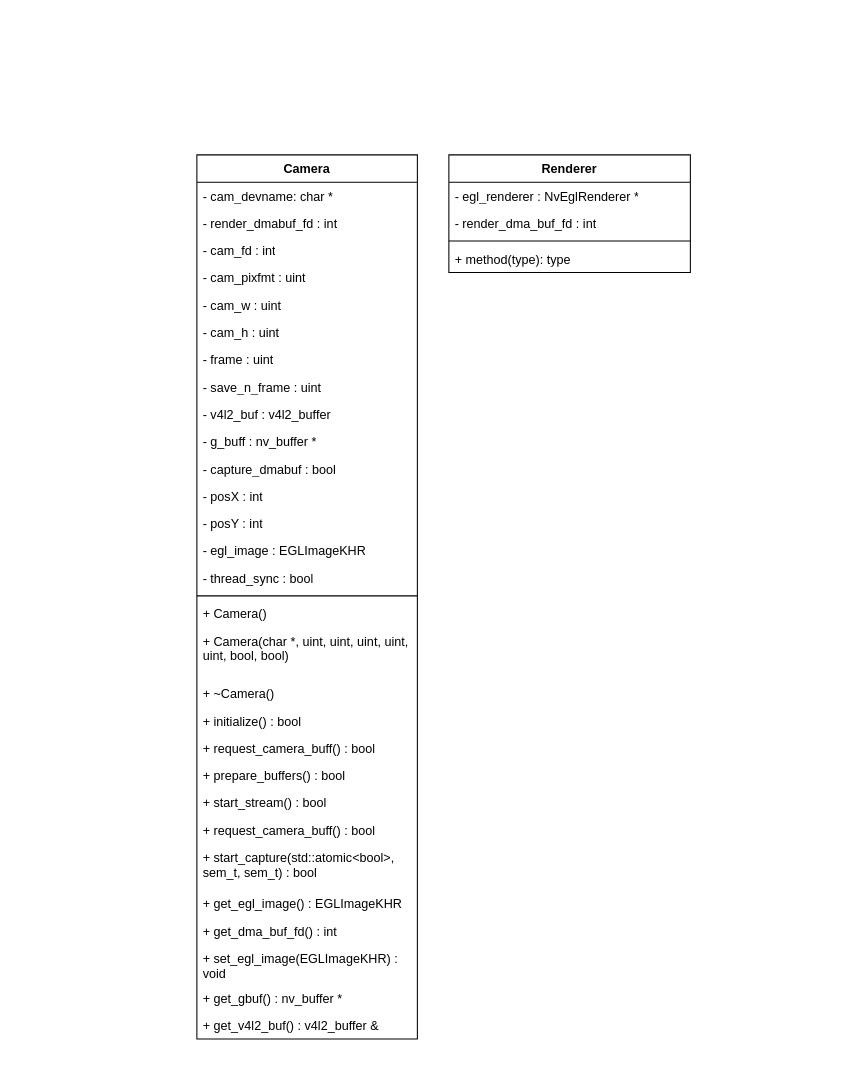
Earlier version of the draw.io diagram TVCO.drawio (hugodlrll/TVCO3_UML). Source tidied: cells renumbered, new cells numbered last; positions are measured from the earlier drawing's top-left corner, leaving out a move shared by most shapes. Both pictures are drawn from the tidied source at 105%, with x=0, y=0 at pixel (196, 154).
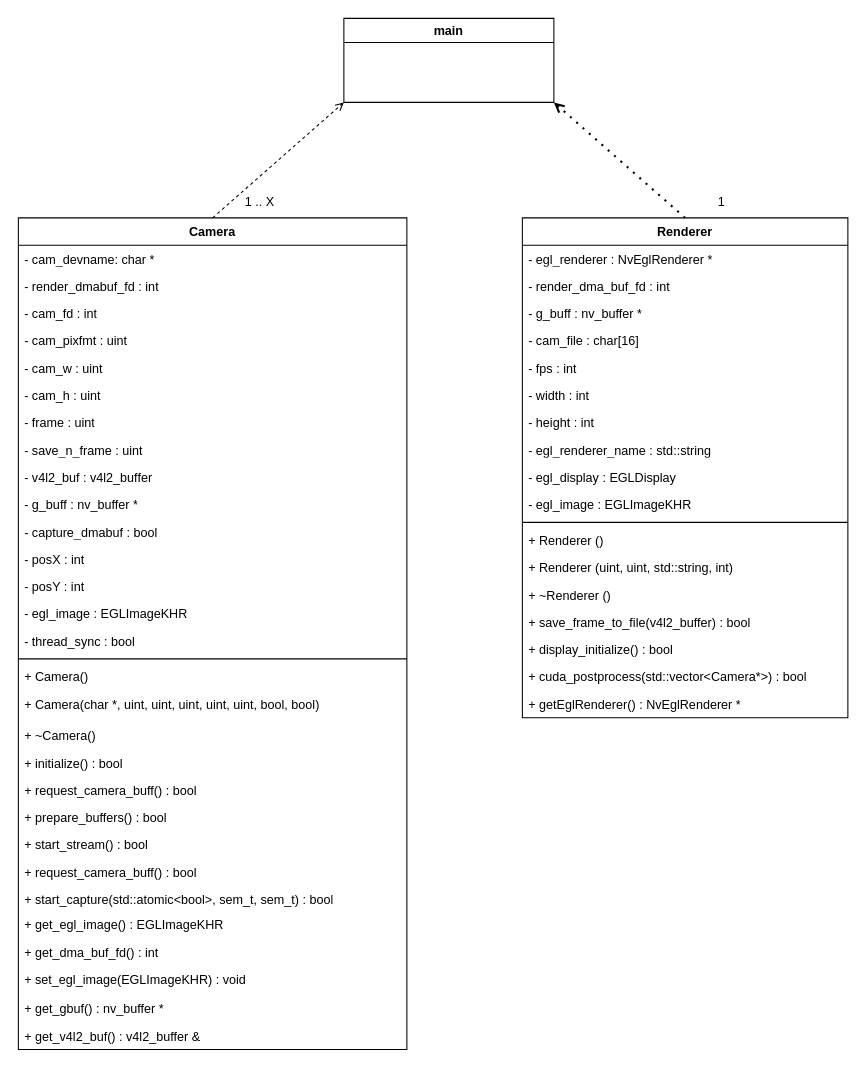
Above is the later version.

Diff of the diagram source:
```diff
@@
     <mxCell id="2" value="Camera" style="swimlane;fontStyle=1;align=center;verticalAlign=top;horizontal=1;startSize=26;whiteSpace=wrap;html=1;" parent="1" vertex="1">
-      <mxGeometry width="210" height="842" as="geometry" />
+      <mxGeometry x="-170" y="60" width="370" height="792" as="geometry" />
     </mxCell>
     <mxCell id="3" value="- cam_devname: char *" style="text;strokeColor=none;fillColor=none;align=left;verticalAlign=top;spacingLeft=4;spacingRight=4;overflow=hidden;whiteSpace=wrap;html=1;" parent="2" vertex="1">
-      <mxGeometry y="26" width="210" height="26" as="geometry" />
+      <mxGeometry y="26" width="370" height="26" as="geometry" />
     </mxCell>
     <mxCell id="4" value="- render_dmabuf_fd : int" style="text;strokeColor=none;fillColor=none;align=left;verticalAlign=top;spacingLeft=4;spacingRight=4;overflow=hidden;whiteSpace=wrap;html=1;" parent="2" vertex="1">
-      <mxGeometry y="52" width="210" height="26" as="geometry" />
+      <mxGeometry y="52" width="370" height="26" as="geometry" />
     </mxCell>
     <mxCell id="5" value="- cam_fd : int" style="text;strokeColor=none;fillColor=none;align=left;verticalAlign=top;spacingLeft=4;spacingRight=4;overflow=hidden;whiteSpace=wrap;html=1;" parent="2" vertex="1">
-      <mxGeometry y="78" width="210" height="26" as="geometry" />
+      <mxGeometry y="78" width="370" height="26" as="geometry" />
     </mxCell>
     <mxCell id="6" value="- cam_pixfmt : uint" style="text;strokeColor=none;fillColor=none;align=left;verticalAlign=top;spacingLeft=4;spacingRight=4;overflow=hidden;whiteSpace=wrap;html=1;" parent="2" vertex="1">
-      <mxGeometry y="104" width="210" height="26" as="geometry" />
+      <mxGeometry y="104" width="370" height="26" as="geometry" />
     </mxCell>
     <mxCell id="7" value="- cam_w : uint" style="text;strokeColor=none;fillColor=none;align=left;verticalAlign=top;spacingLeft=4;spacingRight=4;overflow=hidden;whiteSpace=wrap;html=1;" parent="2" vertex="1">
-      <mxGeometry y="130" width="210" height="26" as="geometry" />
+      <mxGeometry y="130" width="370" height="26" as="geometry" />
     </mxCell>
     <mxCell id="8" value="- cam_h : uint" style="text;strokeColor=none;fillColor=none;align=left;verticalAlign=top;spacingLeft=4;spacingRight=4;overflow=hidden;whiteSpace=wrap;html=1;" parent="2" vertex="1">
-      <mxGeometry y="156" width="210" height="26" as="geometry" />
+      <mxGeometry y="156" width="370" height="26" as="geometry" />
     </mxCell>
     <mxCell id="9" value="- frame : uint" style="text;strokeColor=none;fillColor=none;align=left;verticalAlign=top;spacingLeft=4;spacingRight=4;overflow=hidden;whiteSpace=wrap;html=1;" parent="2" vertex="1">
-      <mxGeometry y="182" width="210" height="26" as="geometry" />
+      <mxGeometry y="182" width="370" height="26" as="geometry" />
     </mxCell>
     <mxCell id="10" value="- save_n_frame : uint" style="text;strokeColor=none;fillColor=none;align=left;verticalAlign=top;spacingLeft=4;spacingRight=4;overflow=hidden;whiteSpace=wrap;html=1;" parent="2" vertex="1">
-      <mxGeometry y="208" width="210" height="26" as="geometry" />
+      <mxGeometry y="208" width="370" height="26" as="geometry" />
     </mxCell>
     <mxCell id="11" value="- v4l2_buf : v4l2_buffer" style="text;strokeColor=none;fillColor=none;align=left;verticalAlign=top;spacingLeft=4;spacingRight=4;overflow=hidden;whiteSpace=wrap;html=1;" parent="2" vertex="1">
-      <mxGeometry y="234" width="210" height="26" as="geometry" />
+      <mxGeometry y="234" width="370" height="26" as="geometry" />
     </mxCell>
     <mxCell id="12" value="- g_buff : nv_buffer *" style="text;strokeColor=none;fillColor=none;align=left;verticalAlign=top;spacingLeft=4;spacingRight=4;overflow=hidden;whiteSpace=wrap;html=1;" parent="2" vertex="1">
-      <mxGeometry y="260" width="210" height="26" as="geometry" />
+      <mxGeometry y="260" width="370" height="26" as="geometry" />
     </mxCell>
     <mxCell id="13" value="- capture_dmabuf : bool" style="text;strokeColor=none;fillColor=none;align=left;verticalAlign=top;spacingLeft=4;spacingRight=4;overflow=hidden;whiteSpace=wrap;html=1;" parent="2" vertex="1">
-      <mxGeometry y="286" width="210" height="26" as="geometry" />
+      <mxGeometry y="286" width="370" height="26" as="geometry" />
     </mxCell>
     <mxCell id="14" value="- posX : int" style="text;strokeColor=none;fillColor=none;align=left;verticalAlign=top;spacingLeft=4;spacingRight=4;overflow=hidden;whiteSpace=wrap;html=1;" parent="2" vertex="1">
-      <mxGeometry y="312" width="210" height="26" as="geometry" />
+      <mxGeometry y="312" width="370" height="26" as="geometry" />
     </mxCell>
     <mxCell id="15" value="- posY : int" style="text;strokeColor=none;fillColor=none;align=left;verticalAlign=top;spacingLeft=4;spacingRight=4;overflow=hidden;whiteSpace=wrap;html=1;" parent="2" vertex="1">
-      <mxGeometry y="338" width="210" height="26" as="geometry" />
+      <mxGeometry y="338" width="370" height="26" as="geometry" />
     </mxCell>
     <mxCell id="16" value="- egl_image : EGLImageKHR" style="text;strokeColor=none;fillColor=none;align=left;verticalAlign=top;spacingLeft=4;spacingRight=4;overflow=hidden;whiteSpace=wrap;html=1;" parent="2" vertex="1">
-      <mxGeometry y="364" width="210" height="26" as="geometry" />
+      <mxGeometry y="364" width="370" height="26" as="geometry" />
     </mxCell>
     <mxCell id="17" value="- thread_sync : bool" style="text;strokeColor=none;fillColor=none;align=left;verticalAlign=top;spacingLeft=4;spacingRight=4;overflow=hidden;whiteSpace=wrap;html=1;" parent="2" vertex="1">
-      <mxGeometry y="390" width="210" height="26" as="geometry" />
+      <mxGeometry y="390" width="370" height="26" as="geometry" />
     </mxCell>
     <mxCell id="18" style="line;strokeWidth=1;fillColor=none;align=left;verticalAlign=middle;spacingTop=-1;spacingLeft=3;spacingRight=3;labelPosition=right;strokeColor=inherit;" parent="2" vertex="1">
-      <mxGeometry y="416" width="210" height="8" as="geometry" />
+      <mxGeometry y="416" width="370" height="8" as="geometry" />
     </mxCell>
     <mxCell id="19" value="&lt;div&gt;+ Camera()&lt;/div&gt;&lt;div&gt;&lt;br&gt;&lt;/div&gt;" style="text;strokeColor=none;fillColor=none;align=left;verticalAlign=top;spacingLeft=4;spacingRight=4;overflow=hidden;whiteSpace=wrap;html=1;" parent="2" vertex="1">
-      <mxGeometry y="424" width="210" height="26" as="geometry" />
+      <mxGeometry y="424" width="370" height="26" as="geometry" />
     </mxCell>
     <mxCell id="20" value="&lt;div&gt;+ Camera(char *, uint, uint, uint, uint, uint, bool, bool)&lt;/div&gt;&lt;div&gt;&lt;br&gt;&lt;/div&gt;" style="text;strokeColor=none;fillColor=none;align=left;verticalAlign=top;spacingLeft=4;spacingRight=4;overflow=hidden;whiteSpace=wrap;html=1;" parent="2" vertex="1">
-      <mxGeometry y="450" width="210" height="50" as="geometry" />
+      <mxGeometry y="450" width="370" height="30" as="geometry" />
     </mxCell>
     <mxCell id="21" value="&lt;div&gt;+ ~Camera()&lt;/div&gt;&lt;div&gt;&lt;br&gt;&lt;/div&gt;" style="text;strokeColor=none;fillColor=none;align=left;verticalAlign=top;spacingLeft=4;spacingRight=4;overflow=hidden;whiteSpace=wrap;html=1;" parent="2" vertex="1">
-      <mxGeometry y="500" width="210" height="26" as="geometry" />
+      <mxGeometry y="480" width="370" height="26" as="geometry" />
     </mxCell>
     <mxCell id="22" value="&lt;div&gt;+ initialize() : bool&lt;/div&gt;&lt;div&gt;&lt;br&gt;&lt;/div&gt;" style="text;strokeColor=none;fillColor=none;align=left;verticalAlign=top;spacingLeft=4;spacingRight=4;overflow=hidden;whiteSpace=wrap;html=1;" parent="2" vertex="1">
-      <mxGeometry y="526" width="210" height="26" as="geometry" />
+      <mxGeometry y="506" width="370" height="26" as="geometry" />
     </mxCell>
     <mxCell id="23" value="&lt;div&gt;+ request_camera_buff() : bool&lt;/div&gt;&lt;div&gt;&lt;br&gt;&lt;/div&gt;" style="text;strokeColor=none;fillColor=none;align=left;verticalAlign=top;spacingLeft=4;spacingRight=4;overflow=hidden;whiteSpace=wrap;html=1;" parent="2" vertex="1">
-      <mxGeometry y="552" width="210" height="26" as="geometry" />
+      <mxGeometry y="532" width="370" height="26" as="geometry" />
     </mxCell>
     <mxCell id="24" value="&lt;div&gt;+ prepare_buffers() : bool&lt;/div&gt;&lt;div&gt;&lt;br&gt;&lt;/div&gt;" style="text;strokeColor=none;fillColor=none;align=left;verticalAlign=top;spacingLeft=4;spacingRight=4;overflow=hidden;whiteSpace=wrap;html=1;" parent="2" vertex="1">
-      <mxGeometry y="578" width="210" height="26" as="geometry" />
+      <mxGeometry y="558" width="370" height="26" as="geometry" />
     </mxCell>
     <mxCell id="25" value="&lt;div&gt;+ start_stream() : bool&lt;/div&gt;&lt;div&gt;&lt;br&gt;&lt;/div&gt;" style="text;strokeColor=none;fillColor=none;align=left;verticalAlign=top;spacingLeft=4;spacingRight=4;overflow=hidden;whiteSpace=wrap;html=1;" parent="2" vertex="1">
-      <mxGeometry y="604" width="210" height="26" as="geometry" />
+      <mxGeometry y="584" width="370" height="26" as="geometry" />
     </mxCell>
     <mxCell id="26" value="&lt;div&gt;+ request_camera_buff() : bool&lt;/div&gt;&lt;div&gt;&lt;br&gt;&lt;/div&gt;" style="text;strokeColor=none;fillColor=none;align=left;verticalAlign=top;spacingLeft=4;spacingRight=4;overflow=hidden;whiteSpace=wrap;html=1;" parent="2" vertex="1">
-      <mxGeometry y="630" width="210" height="26" as="geometry" />
+      <mxGeometry y="610" width="370" height="26" as="geometry" />
     </mxCell>
     <mxCell id="27" value="&lt;div&gt;+ start_capture(std::atomic&amp;lt;bool&amp;gt;, sem_t, sem_t) : bool&lt;/div&gt;&lt;div&gt;&lt;br&gt;&lt;/div&gt;" style="text;strokeColor=none;fillColor=none;align=left;verticalAlign=top;spacingLeft=4;spacingRight=4;overflow=hidden;whiteSpace=wrap;html=1;" parent="2" vertex="1">
-      <mxGeometry y="656" width="210" height="44" as="geometry" />
+      <mxGeometry y="636" width="370" height="24" as="geometry" />
     </mxCell>
     <mxCell id="28" value="&lt;div&gt;+ get_egl_image() : EGLImageKHR&lt;/div&gt;&lt;div&gt;&lt;br&gt;&lt;/div&gt;" style="text;strokeColor=none;fillColor=none;align=left;verticalAlign=top;spacingLeft=4;spacingRight=4;overflow=hidden;whiteSpace=wrap;html=1;" parent="2" vertex="1">
-      <mxGeometry y="700" width="210" height="26" as="geometry" />
+      <mxGeometry y="660" width="370" height="26" as="geometry" />
     </mxCell>
     <mxCell id="29" value="&lt;div&gt;+ get_dma_buf_fd() : int&lt;/div&gt;&lt;div&gt;&lt;br&gt;&lt;/div&gt;" style="text;strokeColor=none;fillColor=none;align=left;verticalAlign=top;spacingLeft=4;spacingRight=4;overflow=hidden;whiteSpace=wrap;html=1;" parent="2" vertex="1">
-      <mxGeometry y="726" width="210" height="26" as="geometry" />
+      <mxGeometry y="686" width="370" height="26" as="geometry" />
     </mxCell>
     <mxCell id="30" value="&lt;div&gt;+ set_egl_image(EGLImageKHR) : void&lt;/div&gt;&lt;div&gt;&lt;br&gt;&lt;/div&gt;" style="text;strokeColor=none;fillColor=none;align=left;verticalAlign=top;spacingLeft=4;spacingRight=4;overflow=hidden;whiteSpace=wrap;html=1;" parent="2" vertex="1">
-      <mxGeometry y="752" width="210" height="38" as="geometry" />
+      <mxGeometry y="712" width="370" height="28" as="geometry" />
     </mxCell>
     <mxCell id="31" value="&lt;div&gt;+ get_gbuf() : nv_buffer *&lt;/div&gt;&lt;div&gt;&lt;br&gt;&lt;/div&gt;" style="text;strokeColor=none;fillColor=none;align=left;verticalAlign=top;spacingLeft=4;spacingRight=4;overflow=hidden;whiteSpace=wrap;html=1;" parent="2" vertex="1">
-      <mxGeometry y="790" width="210" height="26" as="geometry" />
+      <mxGeometry y="740" width="370" height="26" as="geometry" />
     </mxCell>
     <mxCell id="32" value="&lt;div&gt;+ get_v4l2_buf() : v4l2_buffer &amp;amp;&lt;/div&gt;&lt;div&gt;&lt;br&gt;&lt;/div&gt;" style="text;strokeColor=none;fillColor=none;align=left;verticalAlign=top;spacingLeft=4;spacingRight=4;overflow=hidden;whiteSpace=wrap;html=1;" parent="2" vertex="1">
-      <mxGeometry y="816" width="210" height="26" as="geometry" />
+      <mxGeometry y="766" width="370" height="26" as="geometry" />
     </mxCell>
     <mxCell id="33" value="Renderer" style="swimlane;fontStyle=1;align=center;verticalAlign=top;horizontal=1;startSize=26;whiteSpace=wrap;html=1;" parent="1" vertex="1">
-      <mxGeometry x="240" width="230" height="112" as="geometry" />
+      <mxGeometry x="310" y="60" width="310" height="476" as="geometry" />
     </mxCell>
     <mxCell id="34" value="- egl_renderer : NvEglRenderer *" style="text;strokeColor=none;fillColor=none;align=left;verticalAlign=top;spacingLeft=4;spacingRight=4;overflow=hidden;whiteSpace=wrap;html=1;" parent="33" vertex="1">
-      <mxGeometry y="26" width="230" height="26" as="geometry" />
+      <mxGeometry y="26" width="310" height="26" as="geometry" />
     </mxCell>
     <mxCell id="35" value="- render_dma_buf_fd : int" style="text;strokeColor=none;fillColor=none;align=left;verticalAlign=top;spacingLeft=4;spacingRight=4;overflow=hidden;whiteSpace=wrap;html=1;" parent="33" vertex="1">
-      <mxGeometry y="52" width="230" height="26" as="geometry" />
+      <mxGeometry y="52" width="310" height="26" as="geometry" />
     </mxCell>
+    <mxCell id="38" value="- g_buff : nv_buffer *" style="text;strokeColor=none;fillColor=none;align=left;verticalAlign=top;spacingLeft=4;spacingRight=4;overflow=hidden;whiteSpace=wrap;html=1;" parent="33" vertex="1">
+      <mxGeometry y="78" width="310" height="26" as="geometry" />
+    </mxCell>
+    <mxCell id="39" value="- cam_file : char[16]" style="text;strokeColor=none;fillColor=none;align=left;verticalAlign=top;spacingLeft=4;spacingRight=4;overflow=hidden;whiteSpace=wrap;html=1;" parent="33" vertex="1">
+      <mxGeometry y="104" width="310" height="26" as="geometry" />
+    </mxCell>
+    <mxCell id="40" value="- fps : int" style="text;strokeColor=none;fillColor=none;align=left;verticalAlign=top;spacingLeft=4;spacingRight=4;overflow=hidden;whiteSpace=wrap;html=1;" parent="33" vertex="1">
+      <mxGeometry y="130" width="310" height="26" as="geometry" />
+    </mxCell>
+    <mxCell id="41" value="- width : int" style="text;strokeColor=none;fillColor=none;align=left;verticalAlign=top;spacingLeft=4;spacingRight=4;overflow=hidden;whiteSpace=wrap;html=1;" parent="33" vertex="1">
+      <mxGeometry y="156" width="310" height="26" as="geometry" />
+    </mxCell>
+    <mxCell id="42" value="- height : int" style="text;strokeColor=none;fillColor=none;align=left;verticalAlign=top;spacingLeft=4;spacingRight=4;overflow=hidden;whiteSpace=wrap;html=1;" parent="33" vertex="1">
+      <mxGeometry y="182" width="310" height="26" as="geometry" />
+    </mxCell>
+    <mxCell id="43" value="- egl_renderer_name : std::string" style="text;strokeColor=none;fillColor=none;align=left;verticalAlign=top;spacingLeft=4;spacingRight=4;overflow=hidden;whiteSpace=wrap;html=1;" parent="33" vertex="1">
+      <mxGeometry y="208" width="310" height="26" as="geometry" />
+    </mxCell>
+    <mxCell id="44" value="- egl_display : EGLDisplay" style="text;strokeColor=none;fillColor=none;align=left;verticalAlign=top;spacingLeft=4;spacingRight=4;overflow=hidden;whiteSpace=wrap;html=1;" parent="33" vertex="1">
+      <mxGeometry y="234" width="310" height="26" as="geometry" />
+    </mxCell>
+    <mxCell id="45" value="- egl_image : EGLImageKHR" style="text;strokeColor=none;fillColor=none;align=left;verticalAlign=top;spacingLeft=4;spacingRight=4;overflow=hidden;whiteSpace=wrap;html=1;" parent="33" vertex="1">
+      <mxGeometry y="260" width="310" height="26" as="geometry" />
+    </mxCell>
     <mxCell id="36" style="line;strokeWidth=1;fillColor=none;align=left;verticalAlign=middle;spacingTop=-1;spacingLeft=3;spacingRight=3;labelPosition=right;strokeColor=inherit;" parent="33" vertex="1">
-      <mxGeometry y="78" width="230" height="8" as="geometry" />
+      <mxGeometry y="286" width="310" height="8" as="geometry" />
     </mxCell>
+    <mxCell id="46" value="&lt;div&gt;+ Renderer ()&lt;/div&gt;" style="text;strokeColor=none;fillColor=none;align=left;verticalAlign=top;spacingLeft=4;spacingRight=4;overflow=hidden;whiteSpace=wrap;html=1;" parent="33" vertex="1">
+      <mxGeometry y="294" width="310" height="26" as="geometry" />
+    </mxCell>
-    <mxCell id="37" value="+ method(type): type" style="text;strokeColor=none;fillColor=none;align=left;verticalAlign=top;spacingLeft=4;spacingRight=4;overflow=hidden;whiteSpace=wrap;html=1;" parent="33" vertex="1">
-      <mxGeometry y="86" width="230" height="26" as="geometry" />
+    <mxCell id="37" value="&lt;div&gt;+ Renderer (uint, uint, std::string, int)&lt;/div&gt;" style="text;strokeColor=none;fillColor=none;align=left;verticalAlign=top;spacingLeft=4;spacingRight=4;overflow=hidden;whiteSpace=wrap;html=1;" parent="33" vertex="1">
+      <mxGeometry y="320" width="310" height="26" as="geometry" />
     </mxCell>
+    <mxCell id="47" value="&lt;div&gt;+ ~Renderer ()&lt;/div&gt;" style="text;strokeColor=none;fillColor=none;align=left;verticalAlign=top;spacingLeft=4;spacingRight=4;overflow=hidden;whiteSpace=wrap;html=1;" parent="33" vertex="1">
+      <mxGeometry y="346" width="310" height="26" as="geometry" />
+    </mxCell>
+    <mxCell id="48" value="&lt;div&gt;+ save_frame_to_file(v4l2_buffer) : bool&lt;/div&gt;" style="text;strokeColor=none;fillColor=none;align=left;verticalAlign=top;spacingLeft=4;spacingRight=4;overflow=hidden;whiteSpace=wrap;html=1;" parent="33" vertex="1">
+      <mxGeometry y="372" width="310" height="26" as="geometry" />
+    </mxCell>
+    <mxCell id="49" value="&lt;div&gt;+ display_initialize() : bool&lt;/div&gt;" style="text;strokeColor=none;fillColor=none;align=left;verticalAlign=top;spacingLeft=4;spacingRight=4;overflow=hidden;whiteSpace=wrap;html=1;" parent="33" vertex="1">
+      <mxGeometry y="398" width="310" height="26" as="geometry" />
+    </mxCell>
+    <mxCell id="50" value="&lt;div&gt;+ cuda_postprocess(std::vector&amp;lt;Camera*&amp;gt;) : bool&lt;/div&gt;" style="text;strokeColor=none;fillColor=none;align=left;verticalAlign=top;spacingLeft=4;spacingRight=4;overflow=hidden;whiteSpace=wrap;html=1;" parent="33" vertex="1">
+      <mxGeometry y="424" width="310" height="26" as="geometry" />
+    </mxCell>
+    <mxCell id="51" value="&lt;div&gt;+ getEglRenderer() : NvEglRenderer *&lt;/div&gt;" style="text;strokeColor=none;fillColor=none;align=left;verticalAlign=top;spacingLeft=4;spacingRight=4;overflow=hidden;whiteSpace=wrap;html=1;" parent="33" vertex="1">
+      <mxGeometry y="450" width="310" height="26" as="geometry" />
+    </mxCell>
+    <mxCell id="52" value="main" style="swimlane;whiteSpace=wrap;html=1;" parent="1" vertex="1">
+      <mxGeometry x="140" y="-130" width="200" height="80" as="geometry" />
+    </mxCell>
+    <mxCell id="53" style="endArrow=open;dashed=1;html=1;rounded=0;exitX=0.5;exitY=0;exitDx=0;exitDy=0;entryX=0;entryY=1;entryDx=0;entryDy=0;startArrow=none;startFill=0;endFill=0;" parent="1" edge="1" source="2" target="52">
+      <mxGeometry relative="1" as="geometry" />
+    </mxCell>
+    <mxCell id="54" style="endArrow=none;dashed=1;html=1;dashPattern=1 3;strokeWidth=2;rounded=0;entryX=0.5;entryY=0;entryDx=0;entryDy=0;exitX=1;exitY=1;exitDx=0;exitDy=0;startArrow=open;startFill=0;" parent="1" edge="1" source="52" target="33">
+      <mxGeometry relative="1" as="geometry" />
+    </mxCell>
+    <mxCell id="55" value="1 .. X" style="text;html=1;align=center;verticalAlign=middle;whiteSpace=wrap;rounded=0;" parent="1" vertex="1">
+      <mxGeometry x="30" y="30" width="60" height="30" as="geometry" />
+    </mxCell>
+    <mxCell id="56" value="1" style="text;html=1;align=center;verticalAlign=middle;whiteSpace=wrap;rounded=0;" parent="1" vertex="1">
+      <mxGeometry x="470" y="30" width="60" height="30" as="geometry" />
+    </mxCell>
```
